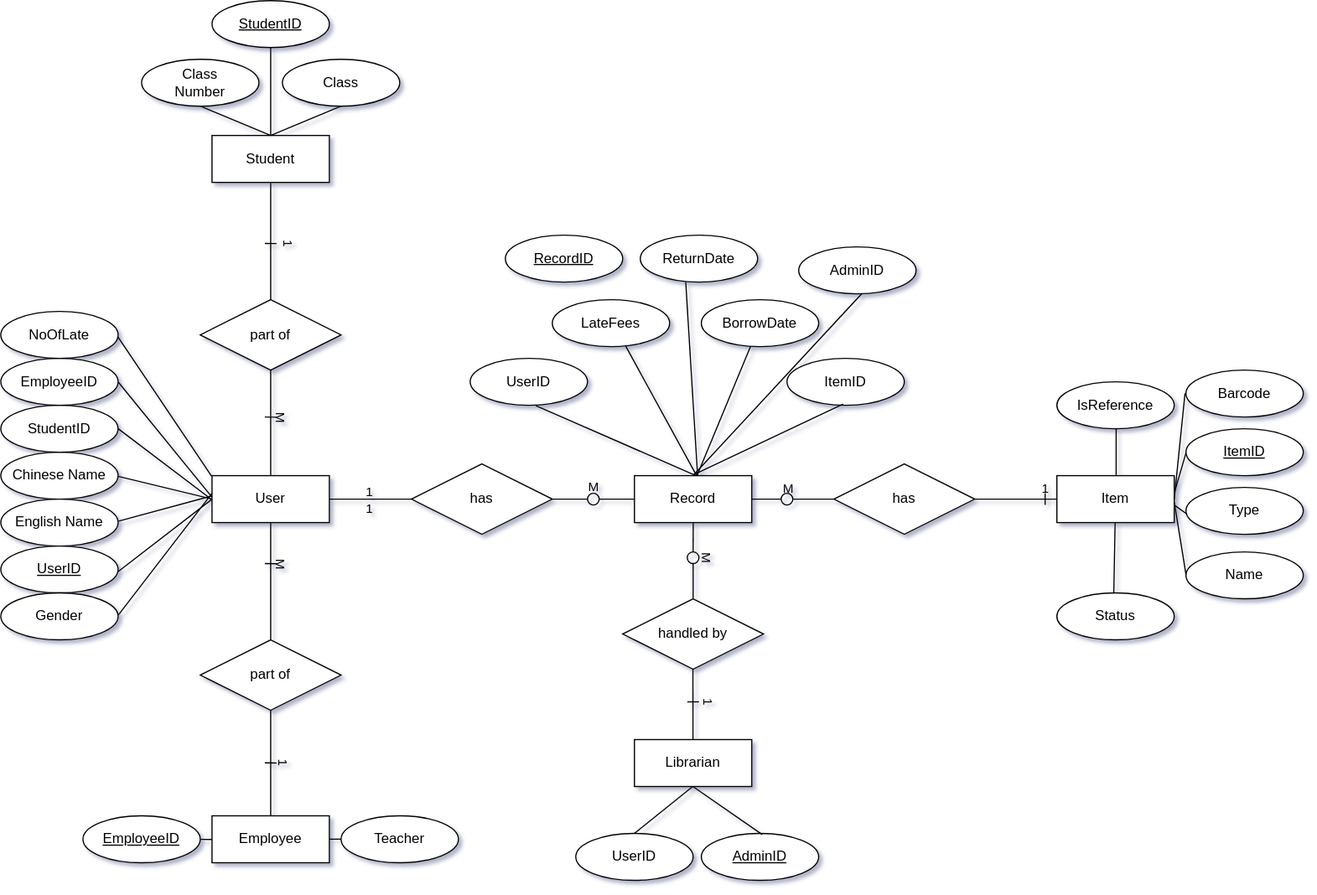
The draw.io diagram SBAdiagram.drawio.svg in bekfstman/LibrarySystem, before a commit. Source tidied: cells renumbered, new cells last; positions are measured from the earlier drawing's top-left corner, leaving out a move shared by most shapes.
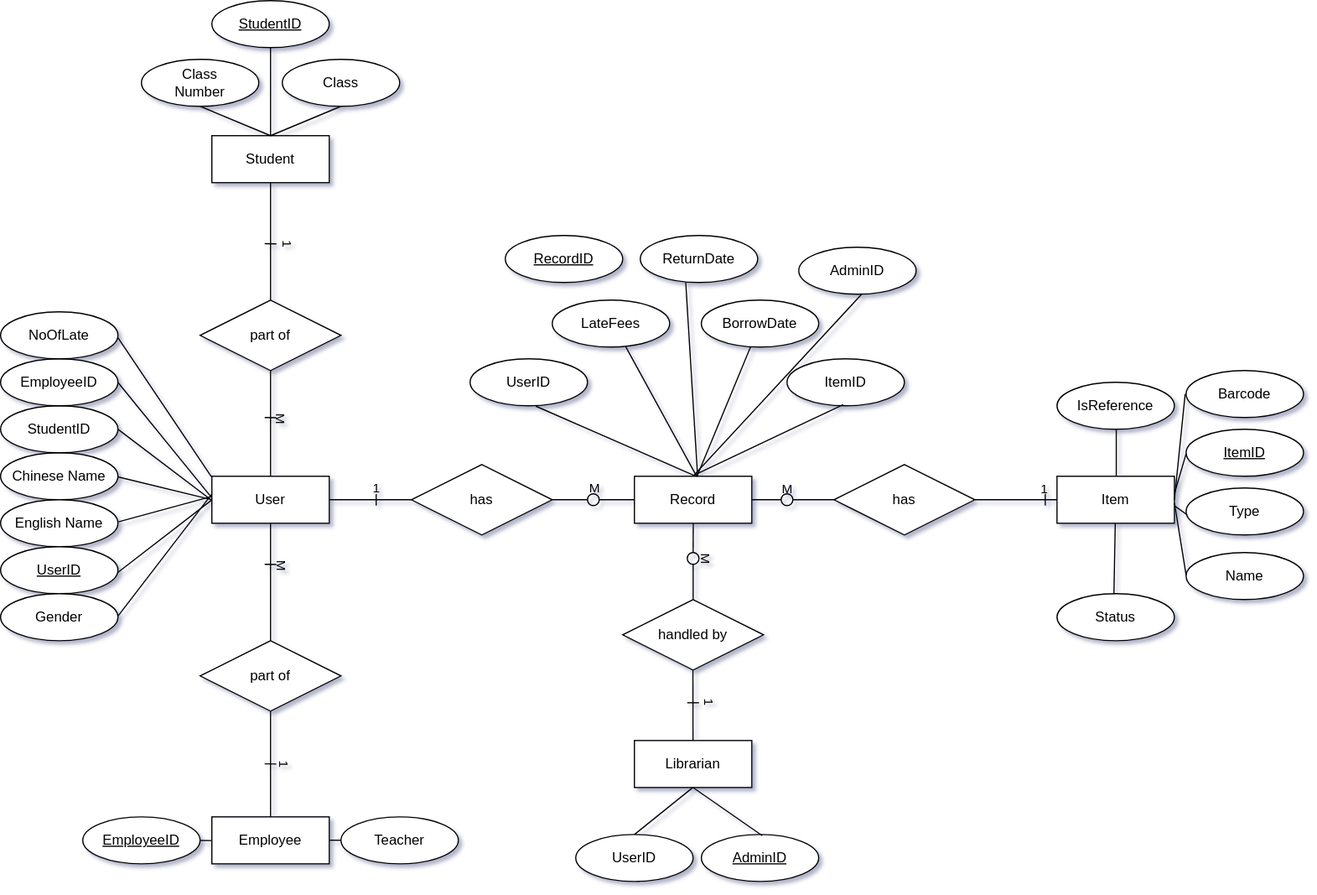
After the commit.

What changed in the source:
```diff
@@ -63,9 +63,9 @@
     <mxCell id="18" style="endArrow=none;html=1;rounded=0;exitX=1;exitY=0.5;exitDx=0;exitDy=0;entryX=0;entryY=0.5;entryDx=0;entryDy=0;" parent="1" edge="1" source="4" target="8">
       <mxGeometry relative="1" as="geometry" />
     </mxCell>
-    <mxCell id="19" value="1&lt;div&gt;1&lt;/div&gt;" style="edgeLabel;html=1;align=center;verticalAlign=middle;labelBackgroundColor=none;" parent="18" vertex="1">
+    <mxCell id="19" value="1" style="edgeLabel;html=1;align=center;verticalAlign=middle;labelBackgroundColor=none;" parent="18" vertex="1">
       <mxGeometry x="-0.07" y="1" relative="1" as="geometry">
-        <mxPoint y="1" as="offset" />
+        <mxPoint x="6" y="-10" as="offset" />
       </mxGeometry>
     </mxCell>
     <mxCell id="20" style="endArrow=none;html=1;rounded=0;entryX=0;entryY=0.5;entryDx=0;entryDy=0;exitX=1;exitY=0.5;exitDx=0;exitDy=0;" parent="1" edge="1" source="96" target="6">
@@ -351,5 +351,11 @@
     <mxCell id="97" value="&lt;u&gt;RecordID&lt;/u&gt;" style="ellipse;whiteSpace=wrap;html=1;align=center;" parent="1" vertex="1">
       <mxGeometry x="430" y="200" width="100" height="40" as="geometry" />
     </mxCell>
+    <mxCell id="98" style="endArrow=none;html=1;rounded=0;" parent="1" edge="1">
+      <mxGeometry relative="1" as="geometry">
+        <mxPoint x="320" y="430" as="sourcePoint" />
+        <mxPoint x="320" y="420" as="targetPoint" />
+      </mxGeometry>
+    </mxCell>
   </root>
 </mxGraphModel>
```
